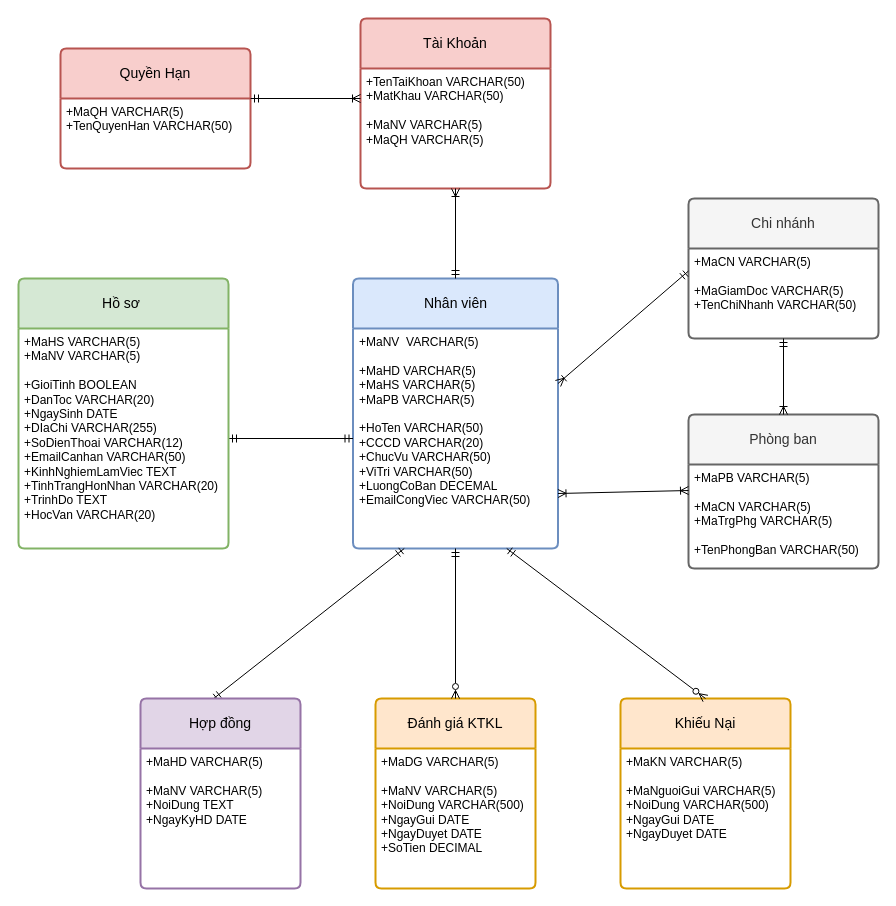
dunkvippro/Quanlythuexe keeps this draw.io diagram as Untitled Diagram.drawio. Above is the earlier version. Source tidied: cells renumbered, new cells numbered last; positions are measured from the earlier drawing's top-left corner, leaving out a move shared by most shapes. Both pictures are drawn from the tidied source at 100%, with x=0, y=0 at pixel (18, 18).
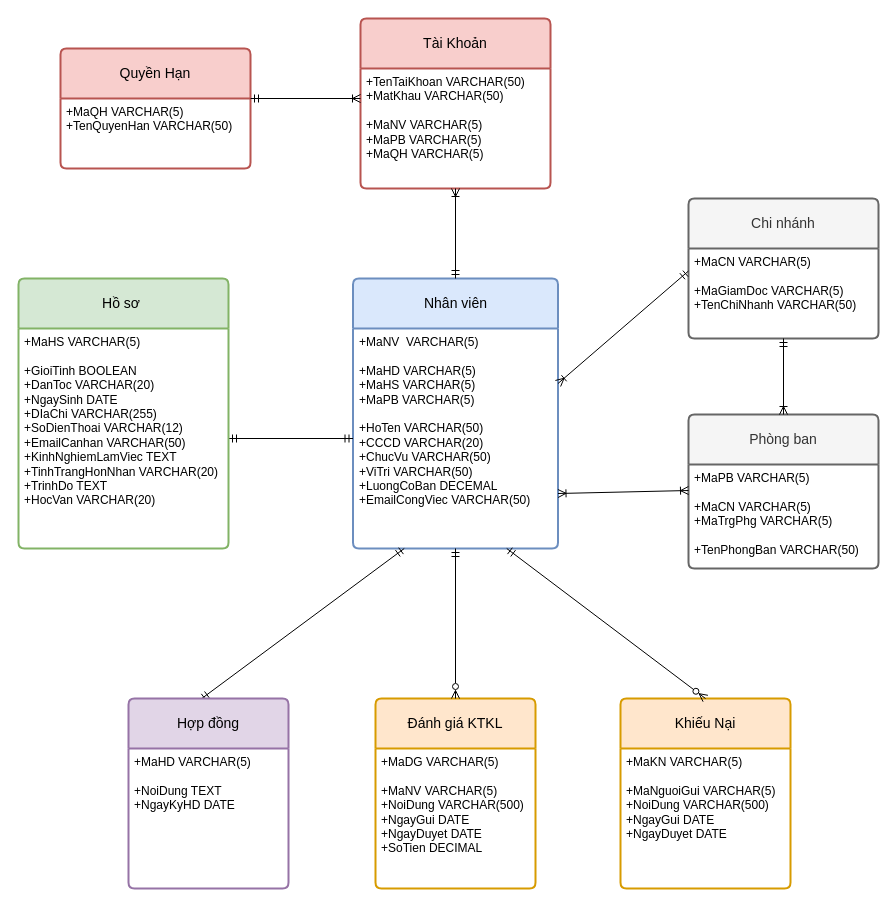
The same diagram, later.

The change refers to these unchanged cells:
```xml
<mxCell id="2" value="Tài Khoản" style="swimlane;horizontal=1;startSize=50;rounded=1;fontSize=14;fontStyle=0;strokeWidth=2;shadow=0;dashed=0;align=center;arcSize=4;whiteSpace=wrap;html=1;fillColor=#f8cecc;strokeColor=#b85450;" parent="1" vertex="1">
  <mxGeometry x="342" width="190" height="170" as="geometry" />
</mxCell>
<mxCell id="23" value="Hồ sơ&amp;nbsp;" style="swimlane;horizontal=1;startSize=50;rounded=1;fontSize=14;fontStyle=0;strokeWidth=2;shadow=0;dashed=0;align=center;arcSize=4;whiteSpace=wrap;html=1;fillColor=#d5e8d4;strokeColor=#82b366;" parent="1" vertex="1">
  <mxGeometry y="260" width="210" height="270" as="geometry" />
</mxCell>
```

What changed in the source:
```diff
@@
-    <mxCell id="3" value="+TenTaiKhoan VARCHAR(50)&lt;br&gt;+MatKhau VARCHAR(50)&lt;br&gt;&lt;br&gt;+MaNV VARCHAR(5)&lt;br&gt;+MaQH VARCHAR(5)" style="align=left;strokeColor=none;fillColor=none;spacingLeft=4;fontSize=12;verticalAlign=top;html=1;" parent="2" vertex="1">
+    <mxCell id="3" value="+TenTaiKhoan VARCHAR(50)&lt;br&gt;+MatKhau VARCHAR(50)&lt;br&gt;&lt;br&gt;+MaNV VARCHAR(5)&lt;br&gt;+MaPB VARCHAR(5)&lt;br&gt;+MaQH VARCHAR(5)" style="align=left;strokeColor=none;fillColor=none;spacingLeft=4;fontSize=12;verticalAlign=top;html=1;" parent="2" vertex="1">
       <mxGeometry y="50" width="190" height="120" as="geometry" />
     </mxCell>
@@
-    <mxCell id="24" value="+MaHS VARCHAR(5)&lt;br&gt;+MaNV VARCHAR(5)&lt;br&gt;&lt;br style=&quot;border-color: var(--border-color);&quot;&gt;+GioiTinh BOOLEAN&lt;br style=&quot;border-color: var(--border-color);&quot;&gt;+DanToc VARCHAR(20)&lt;br style=&quot;border-color: var(--border-color);&quot;&gt;+NgaySinh DATE&lt;br style=&quot;border-color: var(--border-color);&quot;&gt;+DIaChi VARCHAR(255)&lt;br style=&quot;border-color: var(--border-color);&quot;&gt;+SoDienThoai VARCHAR(12)&lt;br style=&quot;border-color: var(--border-color);&quot;&gt;+EmailCanhan VARCHAR(50)&lt;br&gt;+KinhNghiemLamViec TEXT&lt;br&gt;+TinhTrangHonNhan VARCHAR(20)&lt;br&gt;+TrinhDo TEXT&lt;br style=&quot;border-color: var(--border-color);&quot;&gt;+HocVan VARCHAR(20)" style="align=left;strokeColor=none;fillColor=none;spacingLeft=4;fontSize=12;verticalAlign=top;html=1;" parent="23" vertex="1">
+    <mxCell id="24" value="+MaHS VARCHAR(5)&lt;br&gt;&lt;br style=&quot;border-color: var(--border-color);&quot;&gt;+GioiTinh BOOLEAN&lt;br style=&quot;border-color: var(--border-color);&quot;&gt;+DanToc VARCHAR(20)&lt;br style=&quot;border-color: var(--border-color);&quot;&gt;+NgaySinh DATE&lt;br style=&quot;border-color: var(--border-color);&quot;&gt;+DIaChi VARCHAR(255)&lt;br style=&quot;border-color: var(--border-color);&quot;&gt;+SoDienThoai VARCHAR(12)&lt;br style=&quot;border-color: var(--border-color);&quot;&gt;+EmailCanhan VARCHAR(50)&lt;br&gt;+KinhNghiemLamViec TEXT&lt;br&gt;+TinhTrangHonNhan VARCHAR(20)&lt;br&gt;+TrinhDo TEXT&lt;br style=&quot;border-color: var(--border-color);&quot;&gt;+HocVan VARCHAR(20)" style="align=left;strokeColor=none;fillColor=none;spacingLeft=4;fontSize=12;verticalAlign=top;html=1;" parent="23" vertex="1">
       <mxGeometry y="50" width="210" height="220" as="geometry" />
     </mxCell>
@@
     <mxCell id="26" value="Hợp đồng" style="swimlane;horizontal=1;startSize=50;rounded=1;fontSize=14;fontStyle=0;strokeWidth=2;shadow=0;dashed=0;align=center;arcSize=4;whiteSpace=wrap;html=1;fillColor=#e1d5e7;strokeColor=#9673a6;" parent="1" vertex="1">
-      <mxGeometry x="122" y="680" width="160" height="190" as="geometry" />
+      <mxGeometry x="110" y="680" width="160" height="190" as="geometry" />
     </mxCell>
-    <mxCell id="27" value="+MaHD VARCHAR(5)&lt;br&gt;&lt;br&gt;+MaNV VARCHAR(5)&lt;br&gt;+NoiDung TEXT&lt;br&gt;+NgayKyHD DATE" style="align=left;strokeColor=none;fillColor=none;spacingLeft=4;fontSize=12;verticalAlign=top;html=1;" parent="26" vertex="1">
+    <mxCell id="27" value="+MaHD VARCHAR(5)&lt;br&gt;&lt;br&gt;+NoiDung TEXT&lt;br&gt;+NgayKyHD DATE" style="align=left;strokeColor=none;fillColor=none;spacingLeft=4;fontSize=12;verticalAlign=top;html=1;" parent="26" vertex="1">
       <mxGeometry y="50" width="160" height="140" as="geometry" />
     </mxCell>
```
